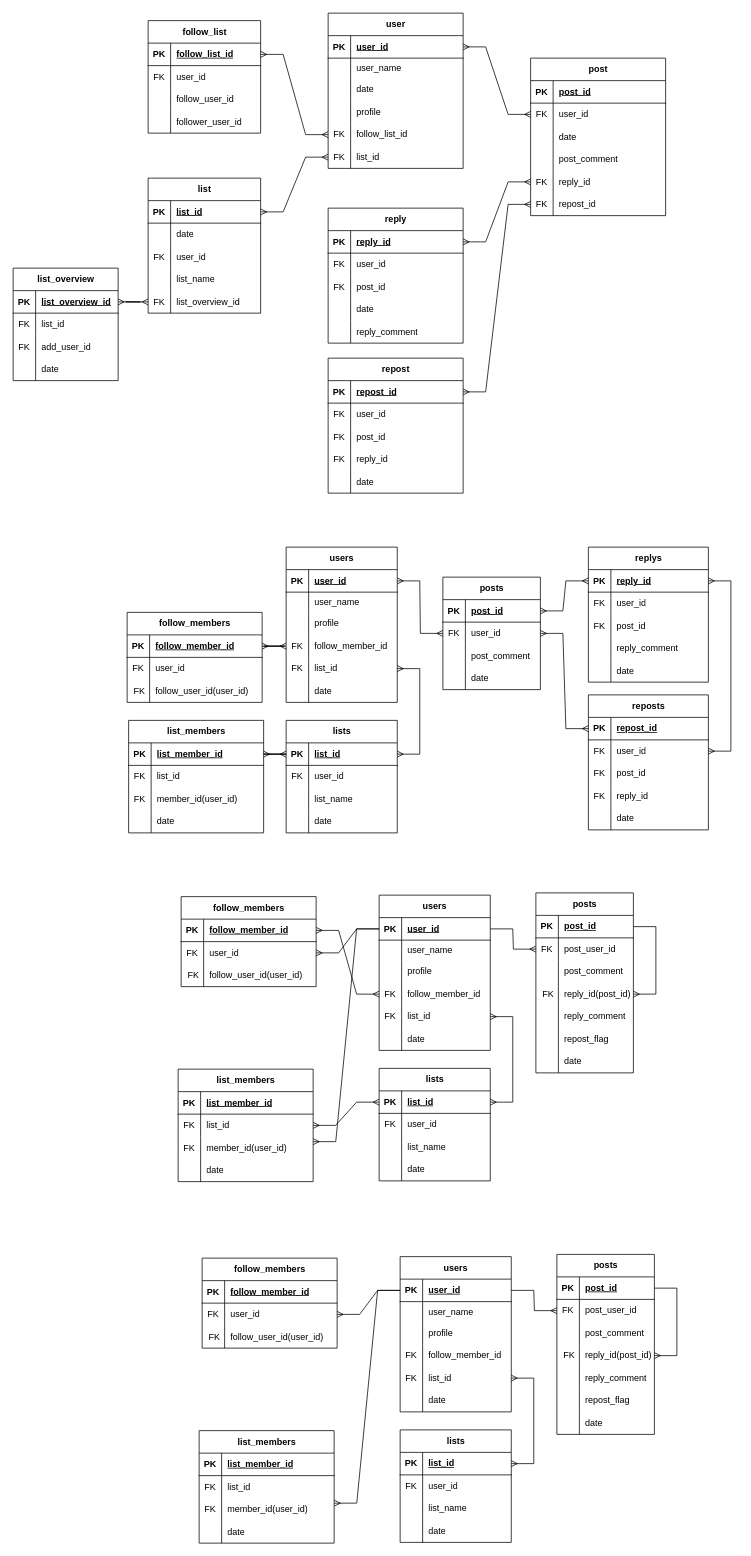
namacosansan/ER keeps this draw.io diagram as X.drawio. Above is the earlier version. Source tidied: cells renumbered, new cells numbered last; positions are measured from the earlier drawing's top-left corner, leaving out a move shared by most shapes. Both pictures are drawn from the tidied source at 75%, with x=0, y=0 at pixel (13, 13).
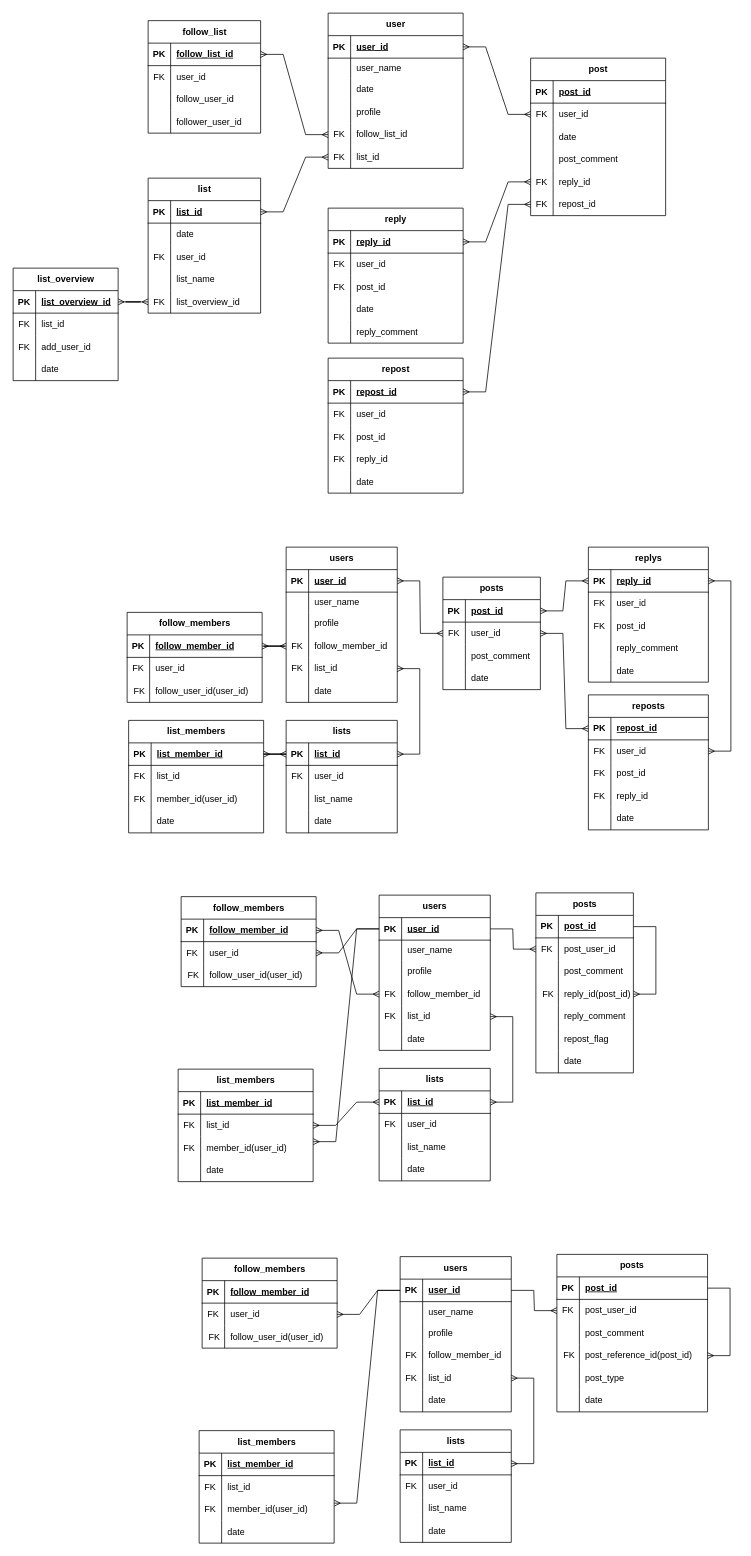
Above is the later version.

Commit message:
X.drawio を更新します

What changed in the source:
```diff
@@
     <mxCell id="356" value="posts" style="shape=table;startSize=30;childLayout=tableLayout;rowLines=0;fontStyle=1;align=center;html=1;" parent="1" vertex="1">
-      <mxGeometry x="725" y="1655" width="130" height="240" as="geometry" />
+      <mxGeometry x="725" y="1655" width="200.9" height="210" as="geometry" />
     </mxCell>
     <mxCell id="357" style="shape=tableRow;horizontal=0;startSize=0;swimlaneHead=0;swimlaneBody=0;fillColor=none;points=[[0,0.5],[1,0.5]];portConstraint=eastwest;top=0;left=0;right=0;bottom=1;" parent="356" vertex="1">
-      <mxGeometry y="30" width="130" height="30" as="geometry" />
+      <mxGeometry y="30" width="200.9" height="30" as="geometry" />
     </mxCell>
@@
     <mxCell id="359" value="post_id" style="shape=partialRectangle;fillColor=none;top=0;left=0;bottom=0;right=0;align=left;spacingLeft=6;fontStyle=5;overflow=hidden;whiteSpace=wrap;html=1;" parent="357" vertex="1">
-      <mxGeometry x="30" width="100" height="30" as="geometry" />
+      <mxGeometry x="30" width="170.9" height="30" as="geometry" />
     </mxCell>
     <mxCell id="360" style="shape=tableRow;horizontal=0;startSize=0;swimlaneHead=0;swimlaneBody=0;fillColor=none;points=[[0,0.5],[1,0.5]];portConstraint=eastwest;top=0;left=0;right=0;bottom=0;" parent="356" vertex="1">
-      <mxGeometry y="60" width="130" height="30" as="geometry" />
+      <mxGeometry y="60" width="200.9" height="30" as="geometry" />
     </mxCell>
@@
     <mxCell id="362" value="post_user_id" style="shape=partialRectangle;fillColor=none;top=0;left=0;bottom=0;right=0;align=left;spacingLeft=6;overflow=hidden;whiteSpace=wrap;html=1;" parent="360" vertex="1">
-      <mxGeometry x="30" width="100" height="30" as="geometry" />
+      <mxGeometry x="30" width="170.9" height="30" as="geometry" />
     </mxCell>
     <mxCell id="363" style="shape=tableRow;horizontal=0;startSize=0;swimlaneHead=0;swimlaneBody=0;fillColor=none;top=0;left=0;right=0;bottom=0;" parent="356" vertex="1">
-      <mxGeometry y="90" width="130" height="30" as="geometry" />
+      <mxGeometry y="90" width="200.9" height="30" as="geometry" />
     </mxCell>
@@
     <mxCell id="365" value="post_comment" style="shape=partialRectangle;fillColor=none;top=0;left=0;bottom=0;right=0;align=left;spacingLeft=6;overflow=hidden;whiteSpace=wrap;html=1;" parent="363" vertex="1">
-      <mxGeometry x="30" width="100" height="30" as="geometry" />
+      <mxGeometry x="30" width="170.9" height="30" as="geometry" />
     </mxCell>
     <mxCell id="366" style="shape=tableRow;horizontal=0;startSize=0;swimlaneHead=0;swimlaneBody=0;fillColor=none;points=[[0,0.5],[1,0.5]];portConstraint=eastwest;top=0;left=0;right=0;bottom=0;" parent="356" vertex="1">
-      <mxGeometry y="120" width="130" height="30" as="geometry" />
+      <mxGeometry y="120" width="200.9" height="30" as="geometry" />
     </mxCell>
@@
-    <mxCell id="368" value="reply_id(post_id)" style="shape=partialRectangle;fillColor=none;top=0;left=0;bottom=0;right=0;align=left;spacingLeft=6;overflow=hidden;whiteSpace=wrap;html=1;" parent="366" vertex="1">
-      <mxGeometry x="30" width="100" height="30" as="geometry" />
+    <mxCell id="368" value="post_reference_id(post_id)" style="shape=partialRectangle;fillColor=none;top=0;left=0;bottom=0;right=0;align=left;spacingLeft=6;overflow=hidden;whiteSpace=wrap;html=1;" parent="366" vertex="1">
+      <mxGeometry x="30" width="170.9" height="30" as="geometry" />
     </mxCell>
     <mxCell id="369" style="shape=tableRow;horizontal=0;startSize=0;swimlaneHead=0;swimlaneBody=0;fillColor=none;top=0;left=0;right=0;bottom=0;" parent="356" vertex="1">
-      <mxGeometry y="150" width="130" height="30" as="geometry" />
+      <mxGeometry y="150" width="200.9" height="30" as="geometry" />
     </mxCell>
@@
-    <mxCell id="371" value="reply_comment" style="shape=partialRectangle;fillColor=none;top=0;left=0;bottom=0;right=0;align=left;spacingLeft=6;overflow=hidden;whiteSpace=wrap;html=1;" parent="369" vertex="1">
-      <mxGeometry x="30" width="100" height="30" as="geometry" />
+    <mxCell id="371" value="post_type" style="shape=partialRectangle;fillColor=none;top=0;left=0;bottom=0;right=0;align=left;spacingLeft=6;overflow=hidden;whiteSpace=wrap;html=1;" parent="369" vertex="1">
+      <mxGeometry x="30" width="170.9" height="30" as="geometry" />
     </mxCell>
-    <mxCell id="372" style="shape=tableRow;horizontal=0;startSize=0;swimlaneHead=0;swimlaneBody=0;fillColor=none;top=0;left=0;right=0;bottom=0;" parent="356" vertex="1">
-      <mxGeometry y="180" width="130" height="30" as="geometry" />
-    </mxCell>
-    <mxCell id="373" style="shape=partialRectangle;fillColor=none;top=0;left=0;bottom=0;right=0;overflow=hidden;whiteSpace=wrap;html=1;" parent="372" vertex="1">
-      <mxGeometry width="30" height="30" as="geometry" />
-    </mxCell>
-    <mxCell id="374" value="repost_flag" style="shape=partialRectangle;fillColor=none;top=0;left=0;bottom=0;right=0;align=left;spacingLeft=6;overflow=hidden;whiteSpace=wrap;html=1;" parent="372" vertex="1">
-      <mxGeometry x="30" width="100" height="30" as="geometry" />
-    </mxCell>
     <mxCell id="375" style="shape=tableRow;horizontal=0;startSize=0;swimlaneHead=0;swimlaneBody=0;fillColor=none;top=0;left=0;right=0;bottom=0;" parent="356" vertex="1">
-      <mxGeometry y="210" width="130" height="30" as="geometry" />
+      <mxGeometry y="180" width="200.9" height="30" as="geometry" />
     </mxCell>
@@
     <mxCell id="377" value="date" style="shape=partialRectangle;fillColor=none;top=0;left=0;bottom=0;right=0;align=left;spacingLeft=6;overflow=hidden;whiteSpace=wrap;html=1;" parent="375" vertex="1">
-      <mxGeometry x="30" width="100" height="30" as="geometry" />
+      <mxGeometry x="30" width="170.9" height="30" as="geometry" />
     </mxCell>
```
